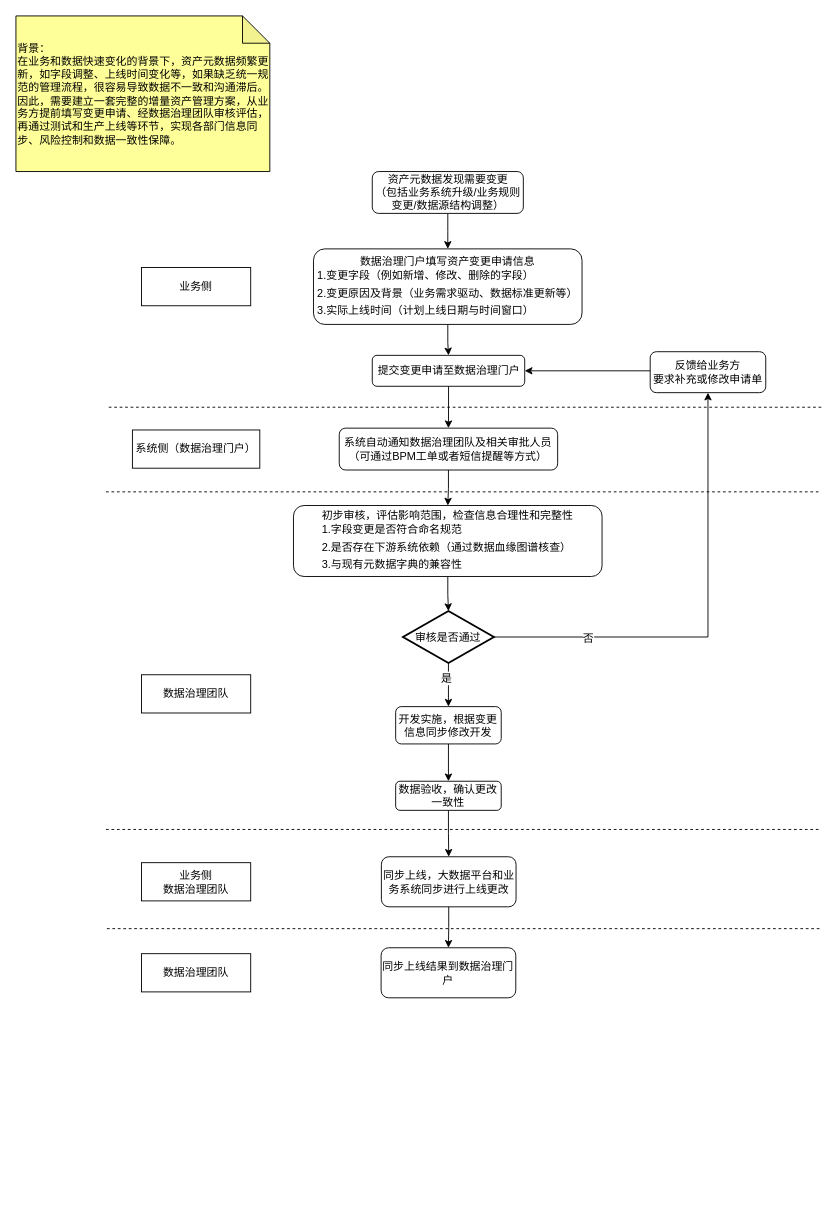
zrx-china/mydraw keeps this draw.io diagram as 增量资产管理方案.drawio. Above is the earlier version. Source tidied: cells renumbered, new cells numbered last; positions are measured from the earlier drawing's top-left corner, leaving out a move shared by most shapes. Both pictures are drawn from the tidied source at 91%, with x=0, y=0 at pixel (15, 15).
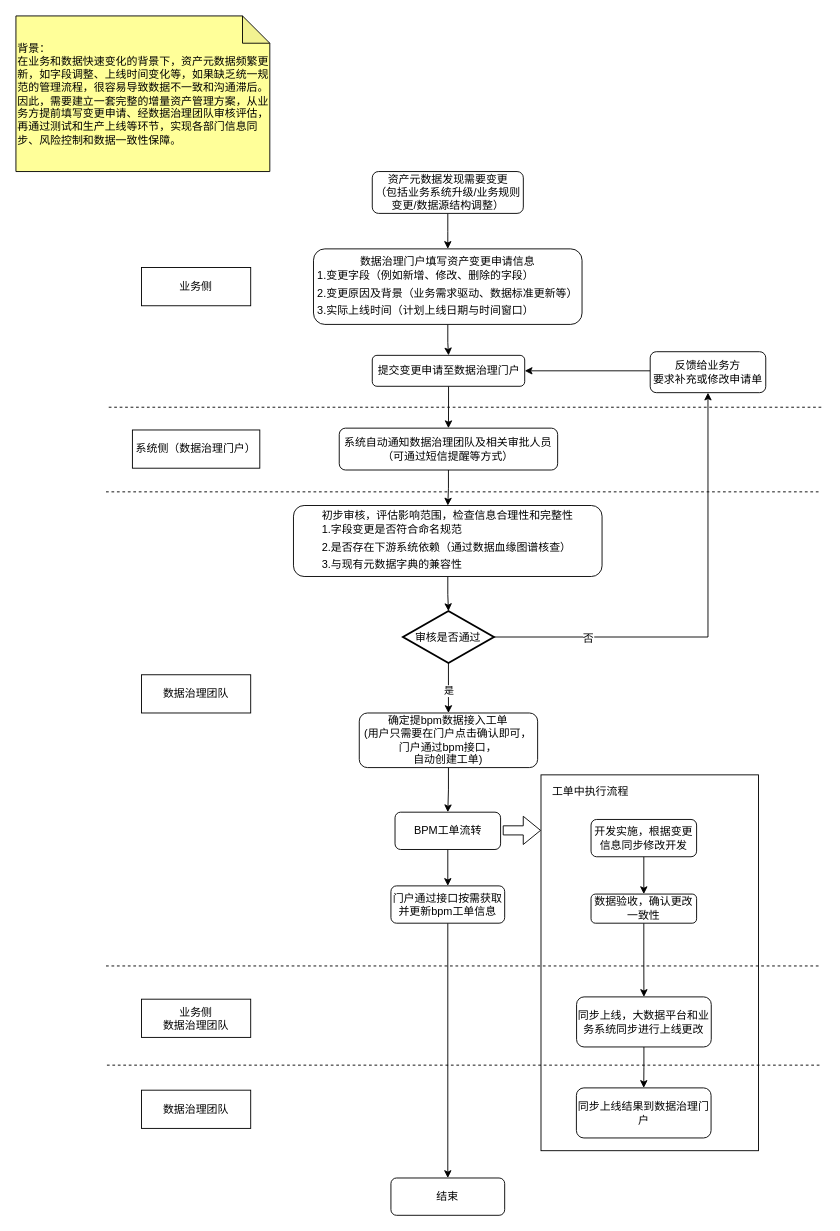
The same diagram, later.

Commit message:
更新增量资产管理方案.drawio

Unchanged cells that the change refers to:
```xml
<mxCell id="16" value="审核是否通过" style="strokeWidth=2;html=1;shape=mxgraph.flowchart.decision;whiteSpace=wrap;rounded=1;strokeColor=default;align=center;verticalAlign=middle;fontFamily=Helvetica;fontSize=12;fontColor=default;fillColor=default;" parent="1" vertex="1">
  <mxGeometry x="425.3" y="654" width="100" height="57" as="geometry" />
</mxCell>
```

Change to the diagram source:
```diff
@@
-    <mxCell id="7" value="系统自动通知数据治理团队及相关审批人员（可通过BPM工单或者短信提醒等方式）" style="rounded=1;whiteSpace=wrap;html=1;" parent="1" vertex="1">
+    <mxCell id="7" value="系统自动通知数据治理团队及相关审批人员（可通过短信提醒等方式）" style="rounded=1;whiteSpace=wrap;html=1;" parent="1" vertex="1">
       <mxGeometry x="355.3" y="453" width="240" height="46" as="geometry" />
     </mxCell>
@@
-    <mxCell id="14" style="edgeStyle=orthogonalEdgeStyle;rounded=0;jettySize=auto;html=1;fontFamily=Helvetica;fontSize=12;fontColor=default;" parent="1" edge="1" source="16" target="18">
-      <mxGeometry relative="1" as="geometry" />
-    </mxCell>
+    <mxCell id="36" style="edgeStyle=orthogonalEdgeStyle;rounded=0;jettySize=auto;html=1;" parent="1" edge="1" source="16" target="38">
+      <mxGeometry relative="1" as="geometry" />
+    </mxCell>
-    <mxCell id="15" value="是" style="edgeLabel;html=1;align=center;verticalAlign=middle;rounded=1;strokeColor=default;fontFamily=Helvetica;fontSize=12;fontColor=default;fillColor=default;" parent="14" vertex="1">
-      <mxGeometry x="-0.35" y="-3" relative="1" as="geometry" />
+    <mxCell id="15" value="是" style="edgeLabel;html=1;align=center;verticalAlign=middle;" parent="36" vertex="1">
+      <mxGeometry x="0.1" relative="1" as="geometry" />
     </mxCell>
@@
-    <mxCell id="17" style="edgeStyle=orthogonalEdgeStyle;rounded=0;jettySize=auto;html=1;fontFamily=Helvetica;fontSize=12;fontColor=default;" parent="1" edge="1" source="18" target="20">
+    <mxCell id="17" style="edgeStyle=orthogonalEdgeStyle;rounded=0;jettySize=auto;html=1;" parent="1" edge="1" source="18" target="20">
       <mxGeometry relative="1" as="geometry" />
     </mxCell>
     <mxCell id="18" value="开发实施，根据变更信息同步修改开发" style="rounded=1;whiteSpace=wrap;html=1;" parent="1" vertex="1">
-      <mxGeometry x="417.3" y="759" width="116" height="41" as="geometry" />
+      <mxGeometry x="632" y="883" width="116" height="41" as="geometry" />
     </mxCell>
-    <mxCell id="19" style="edgeStyle=orthogonalEdgeStyle;rounded=0;jettySize=auto;html=1;fontFamily=Helvetica;fontSize=12;fontColor=default;" parent="1" edge="1" source="20" target="22">
+    <mxCell id="19" style="edgeStyle=orthogonalEdgeStyle;rounded=0;jettySize=auto;html=1;" parent="1" edge="1" source="20" target="22">
       <mxGeometry relative="1" as="geometry" />
     </mxCell>
     <mxCell id="20" value="数据验收，确认更改一致性" style="rounded=1;whiteSpace=wrap;html=1;" parent="1" vertex="1">
-      <mxGeometry x="417.3" y="841" width="116" height="32" as="geometry" />
+      <mxGeometry x="632" y="965" width="116" height="32" as="geometry" />
     </mxCell>
@@
     <mxCell id="22" value="同步上线，大数据平台和业务系统同步进行上线更改" style="rounded=1;whiteSpace=wrap;html=1;" parent="1" vertex="1">
-      <mxGeometry x="401.6" y="924" width="148" height="55" as="geometry" />
+      <mxGeometry x="616.1" y="1078" width="148" height="55" as="geometry" />
     </mxCell>
@@
     <mxCell id="29" value="业务侧&lt;div&gt;数据治理团队&lt;/div&gt;" style="rounded=0;whiteSpace=wrap;html=1;strokeColor=default;align=center;verticalAlign=middle;fontFamily=Helvetica;fontSize=12;fontColor=default;fillColor=default;" parent="1" vertex="1">
-      <mxGeometry x="138" y="930.5" width="120" height="42" as="geometry" />
+      <mxGeometry x="138" y="1080.5" width="120" height="42" as="geometry" />
     </mxCell>
     <mxCell id="30" value="同步上线结果到数据治理门户" style="rounded=1;whiteSpace=wrap;html=1;" parent="1" vertex="1">
-      <mxGeometry x="401.3" y="1024" width="148" height="55" as="geometry" />
+      <mxGeometry x="615.9" y="1178" width="148" height="55" as="geometry" />
     </mxCell>
     <mxCell id="31" value="数据治理团队" style="rounded=0;whiteSpace=wrap;html=1;strokeColor=default;align=center;verticalAlign=middle;fontFamily=Helvetica;fontSize=12;fontColor=default;fillColor=default;" parent="1" vertex="1">
-      <mxGeometry x="138" y="1030.5" width="120" height="42" as="geometry" />
+      <mxGeometry x="138" y="1180.5" width="120" height="42" as="geometry" />
     </mxCell>
@@
     <mxCell id="34" style="endArrow=none;dashed=1;html=1;rounded=0;fontFamily=Helvetica;fontSize=12;fontColor=default;" parent="1" edge="1">
       <mxGeometry relative="1" as="geometry">
-        <mxPoint x="99" y="894" as="sourcePoint" />
-        <mxPoint x="884" y="894" as="targetPoint" />
+        <mxPoint x="99" y="1044" as="sourcePoint" />
+        <mxPoint x="884" y="1044" as="targetPoint" />
       </mxGeometry>
     </mxCell>
     <mxCell id="35" style="endArrow=none;dashed=1;html=1;rounded=0;fontFamily=Helvetica;fontSize=12;fontColor=default;" parent="1" edge="1">
       <mxGeometry relative="1" as="geometry">
-        <mxPoint x="100" y="1003" as="sourcePoint" />
-        <mxPoint x="885" y="1003" as="targetPoint" />
+        <mxPoint x="100" y="1153" as="sourcePoint" />
+        <mxPoint x="885" y="1153" as="targetPoint" />
       </mxGeometry>
     </mxCell>
+    <mxCell id="37" style="edgeStyle=orthogonalEdgeStyle;rounded=0;jettySize=auto;html=1;" parent="1" edge="1" source="38" target="40">
+      <mxGeometry relative="1" as="geometry" />
+    </mxCell>
+    <mxCell id="38" value="&lt;div&gt;确定提bpm数据接入工单&lt;/div&gt;&lt;div&gt;(用户只需要在门户点击确认即可，门户通过bpm接口，&lt;/div&gt;&lt;div&gt;自动创建工单)&lt;/div&gt;" style="rounded=1;whiteSpace=wrap;html=1;" parent="1" vertex="1">
+      <mxGeometry x="377.3" y="766" width="196" height="60" as="geometry" />
+    </mxCell>
+    <mxCell id="39" style="edgeStyle=orthogonalEdgeStyle;rounded=0;jettySize=auto;html=1;" parent="1" edge="1" source="40" target="42">
+      <mxGeometry relative="1" as="geometry" />
+    </mxCell>
+    <mxCell id="40" value="BPM工单流转" style="rounded=1;whiteSpace=wrap;html=1;" parent="1" vertex="1">
+      <mxGeometry x="416.6" y="875" width="116" height="41" as="geometry" />
+    </mxCell>
+    <mxCell id="41" style="edgeStyle=orthogonalEdgeStyle;rounded=0;jettySize=auto;html=1;" parent="1" edge="1" source="42" target="43">
+      <mxGeometry relative="1" as="geometry" />
+    </mxCell>
+    <mxCell id="42" value="门户通过接口按需获取并更新bpm工单信息" style="rounded=1;whiteSpace=wrap;html=1;" parent="1" vertex="1">
+      <mxGeometry x="412.1" y="956" width="125" height="41" as="geometry" />
+    </mxCell>
+    <mxCell id="43" value="结束" style="rounded=1;whiteSpace=wrap;html=1;" parent="1" vertex="1">
+      <mxGeometry x="412.1" y="1277" width="125" height="41" as="geometry" />
+    </mxCell>
+    <mxCell id="44" style="rounded=0;whiteSpace=wrap;html=1;fillColor=none;" parent="1" vertex="1">
+      <mxGeometry x="577" y="834" width="239" height="413" as="geometry" />
+    </mxCell>
+    <mxCell id="45" value="工单中执行流程" style="text;html=1;align=center;verticalAlign=middle;strokeColor=none;fillColor=none;" parent="1" vertex="1">
+      <mxGeometry x="580" y="840" width="102" height="26" as="geometry" />
+    </mxCell>
+    <mxCell id="46" style="shape=flexArrow;endArrow=classic;html=1;rounded=0;" parent="1" edge="1">
+      <mxGeometry relative="1" as="geometry">
+        <mxPoint x="535" y="895" as="sourcePoint" />
+        <mxPoint x="577" y="895" as="targetPoint" />
+      </mxGeometry>
+    </mxCell>
```
